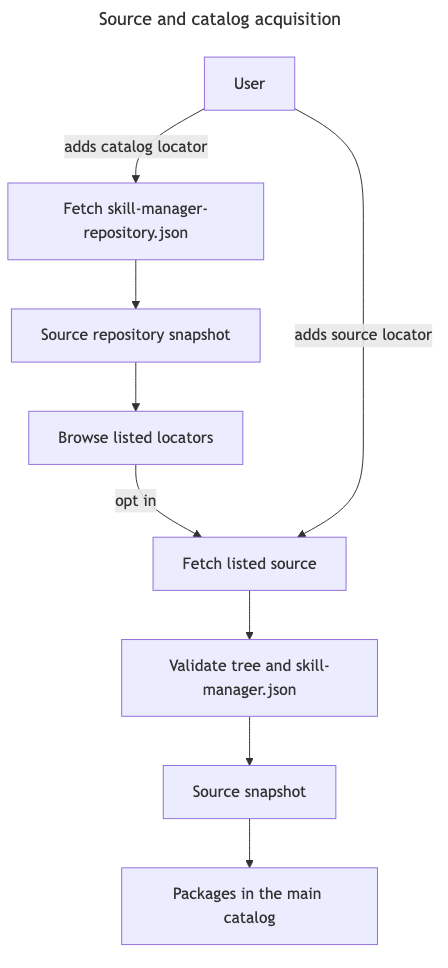
Earlier version of the Mermaid export docs/diagrams/source-acquisition.png (jacobragsdale/skill-manager). Its source is kept beside it as docs/diagrams/source-acquisition.mmd.
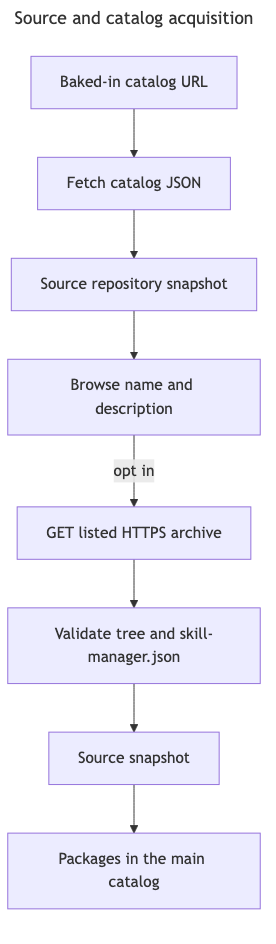
The same file after the commit.

The edit, as a diff of the source:
```diff
@@ -3,13 +3,12 @@
 ---
 flowchart TB
   accTitle: Source and catalog acquisition
-  accDescr: A user adds a locator for a source repository or a source. The catalog is browseable only. Packages appear after the user opts into a listed source. Git and artifact locators both produce a validated snapshot.
+  accDescr: The baked-in catalog is fetched as JSON. The user adds a listed source by name. Only that source is downloaded as an HTTPS archive, validated, and used for packages.
 
-  User[User] -->|adds catalog locator| CatalogFetch[Fetch skill-manager-repository.json]
+  CatalogUrl[Baked-in catalog URL] --> CatalogFetch[Fetch catalog JSON]
   CatalogFetch --> CatalogSnap[Source repository snapshot]
-  CatalogSnap --> Browse[Browse listed locators]
-  Browse -->|opt in| SourceFetch[Fetch listed source]
-  User -->|adds source locator| SourceFetch
+  CatalogSnap --> Browse[Browse name and description]
+  Browse -->|opt in| SourceFetch[GET listed HTTPS archive]
   SourceFetch --> Validate[Validate tree and skill-manager.json]
   Validate --> SourceSnap[Source snapshot]
   SourceSnap --> Packages[Packages in the main catalog]
```
